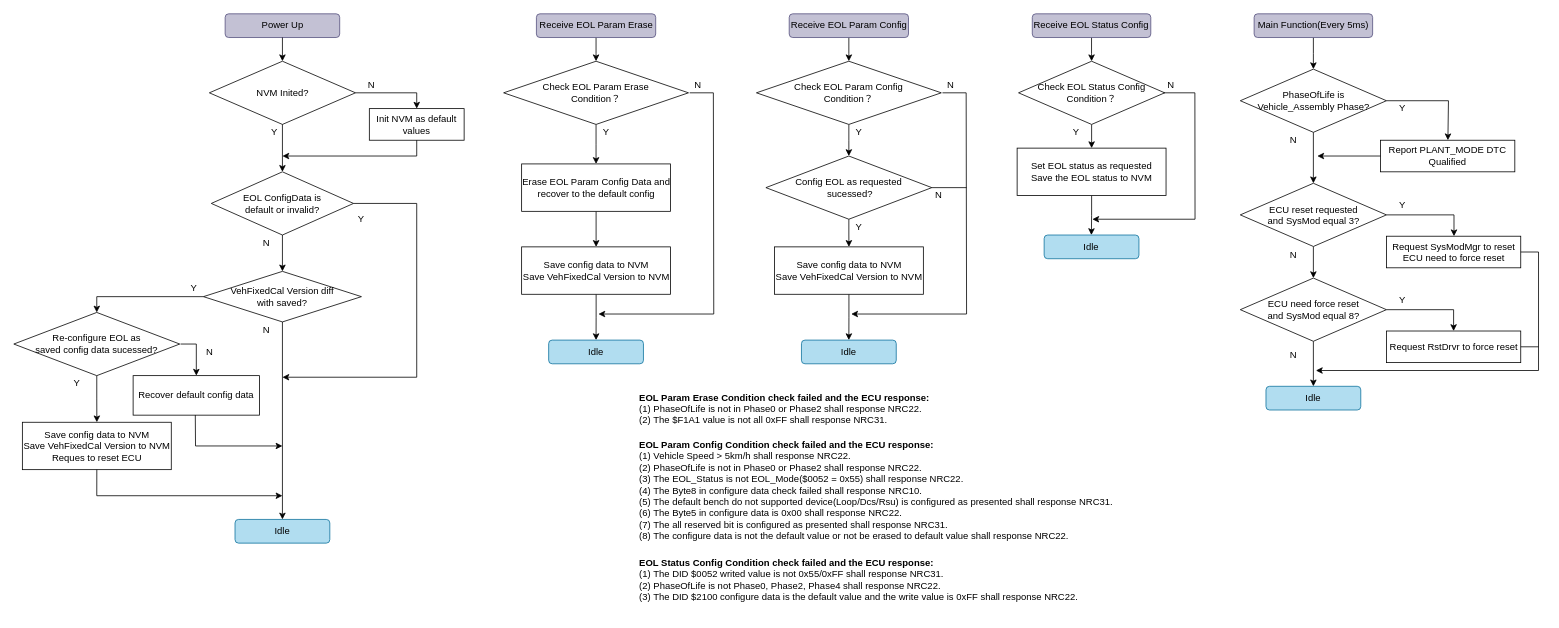
Above: BYD_MR.drawio in woshitanwang/pics_procdure (draw.io), before the change. Source tidied: cells renumbered, new cells numbered last; positions are measured from the earlier drawing's top-left corner, leaving out a move shared by most shapes. Both pictures are drawn from the tidied source at 79%, with x=0, y=0 at pixel (13, 13).
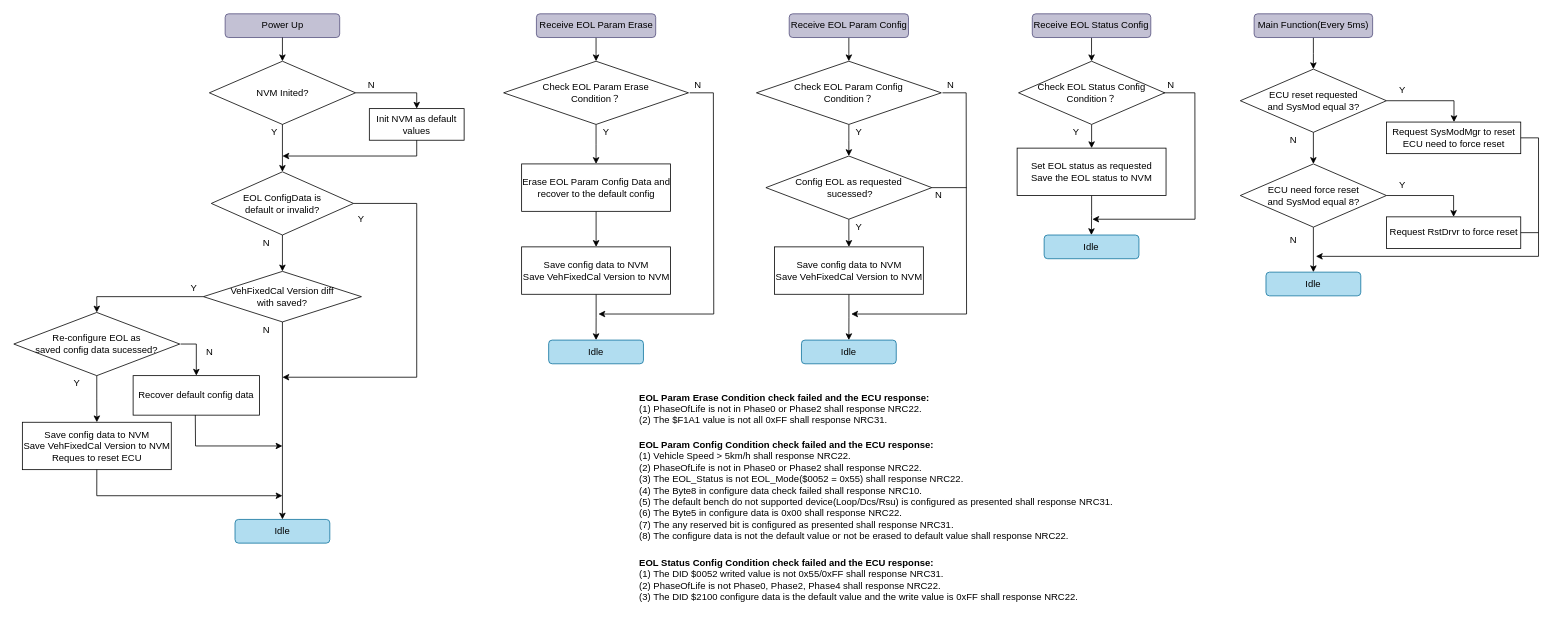
Above is the later version.

Change to the diagram source:
```diff
@@
     <mxCell id="57" style="edgeStyle=orthogonalEdgeStyle;rounded=0;jettySize=auto;html=1;endArrow=classic;endFill=1;" parent="1" edge="1" source="58" target="62">
       <mxGeometry relative="1" as="geometry">
         <Array as="points">
-          <mxPoint x="1823" y="254.5" />
+          <mxPoint x="1823" y="110" />
         </Array>
       </mxGeometry>
     </mxCell>
     <mxCell id="58" value="ECU reset requested&lt;br&gt;and SysMod equal 3?" style="rhombus;whiteSpace=wrap;html=1;" parent="1" vertex="1">
-      <mxGeometry x="1552.5" y="214.5" width="185" height="80" as="geometry" />
+      <mxGeometry x="1552.5" y="70" width="185" height="80" as="geometry" />
     </mxCell>
@@
     <mxCell id="60" style="edgeStyle=orthogonalEdgeStyle;rounded=0;jettySize=auto;html=1;exitX=1;exitY=0.5;exitDx=0;exitDy=0;endArrow=classic;endFill=1;entryX=0.5;entryY=0;entryDx=0;entryDy=0;" parent="1" edge="1" source="61" target="63">
       <mxGeometry relative="1" as="geometry">
         <Array as="points">
-          <mxPoint x="1823" y="374.5" />
-          <mxPoint x="1823" y="401.5" />
+          <mxPoint x="1823" y="230" />
+          <mxPoint x="1823" y="257" />
         </Array>
       </mxGeometry>
     </mxCell>
     <mxCell id="61" value="ECU need force reset&lt;br&gt;and SysMod equal 8?" style="rhombus;whiteSpace=wrap;html=1;" parent="1" vertex="1">
-      <mxGeometry x="1552.5" y="334.5" width="185" height="80" as="geometry" />
+      <mxGeometry x="1552.5" y="190" width="185" height="80" as="geometry" />
     </mxCell>
     <mxCell id="62" value="Request SysModMgr to reset&lt;br&gt;ECU need to force reset" style="rounded=0;whiteSpace=wrap;html=1;" parent="1" vertex="1">
-      <mxGeometry x="1737.5" y="281.5" width="170" height="40" as="geometry" />
+      <mxGeometry x="1737.5" y="137" width="170" height="40" as="geometry" />
     </mxCell>
     <mxCell id="63" value="Request RstDrvr to force reset" style="rounded=0;whiteSpace=wrap;html=1;" parent="1" vertex="1">
-      <mxGeometry x="1737.5" y="401.5" width="170" height="40" as="geometry" />
+      <mxGeometry x="1737.5" y="257" width="170" height="40" as="geometry" />
     </mxCell>
     <mxCell id="64" value="Idle" style="rounded=1;whiteSpace=wrap;html=1;fillColor=#b1ddf0;strokeColor=#10739e;" parent="1" vertex="1">
-      <mxGeometry x="1585" y="471.5" width="120" height="30" as="geometry" />
+      <mxGeometry x="1585" y="327" width="120" height="30" as="geometry" />
     </mxCell>
     <mxCell id="65" style="endArrow=classic;html=1;rounded=0;" parent="1" edge="1">
       <mxGeometry relative="1" as="geometry">
-        <mxPoint x="1907.5" y="301.5" as="sourcePoint" />
-        <mxPoint x="1648.2" y="451.5" as="targetPoint" />
+        <mxPoint x="1907.5" y="157" as="sourcePoint" />
+        <mxPoint x="1648.2" y="307" as="targetPoint" />
         <Array as="points">
-          <mxPoint x="1930" y="301.5" />
-          <mxPoint x="1930" y="451.5" />
+          <mxPoint x="1930" y="157" />
+          <mxPoint x="1930" y="307" />
         </Array>
       </mxGeometry>
     </mxCell>
     <mxCell id="66" style="endArrow=none;html=1;" parent="1" edge="1">
       <mxGeometry relative="1" as="geometry">
-        <mxPoint x="1907.5" y="421.5" as="sourcePoint" />
-        <mxPoint x="1930" y="421.5" as="targetPoint" />
+        <mxPoint x="1907.5" y="277" as="sourcePoint" />
+        <mxPoint x="1930" y="277" as="targetPoint" />
       </mxGeometry>
     </mxCell>
     <mxCell id="67" value="Y" style="text;html=1;strokeColor=none;fillColor=none;align=center;verticalAlign=middle;whiteSpace=wrap;rounded=0;" parent="1" vertex="1">
-      <mxGeometry x="1737.5" y="231.5" width="40" height="20" as="geometry" />
+      <mxGeometry x="1737.5" y="87" width="40" height="20" as="geometry" />
     </mxCell>
     <mxCell id="68" value="N" style="text;html=1;strokeColor=none;fillColor=none;align=center;verticalAlign=middle;whiteSpace=wrap;rounded=0;" parent="1" vertex="1">
-      <mxGeometry x="1600" y="294.5" width="40" height="20" as="geometry" />
+      <mxGeometry x="1600" y="150" width="40" height="20" as="geometry" />
     </mxCell>
     <mxCell id="69" value="N" style="text;html=1;strokeColor=none;fillColor=none;align=center;verticalAlign=middle;whiteSpace=wrap;rounded=0;" parent="1" vertex="1">
-      <mxGeometry x="1600" y="421.5" width="40" height="20" as="geometry" />
+      <mxGeometry x="1600" y="277" width="40" height="20" as="geometry" />
     </mxCell>
     <mxCell id="70" value="Y" style="text;html=1;strokeColor=none;fillColor=none;align=center;verticalAlign=middle;whiteSpace=wrap;rounded=0;" parent="1" vertex="1">
-      <mxGeometry x="1737.5" y="351.5" width="40" height="20" as="geometry" />
+      <mxGeometry x="1737.5" y="207" width="40" height="20" as="geometry" />
     </mxCell>
@@
-    <mxCell id="74" style="edgeStyle=orthogonalEdgeStyle;rounded=0;jettySize=auto;html=1;" parent="1" edge="1" source="75" target="58">
-      <mxGeometry relative="1" as="geometry" />
-    </mxCell>
-    <mxCell id="75" value="PhaseOfLife is &lt;br&gt;Vehicle_Assembly Phase?" style="rhombus;whiteSpace=wrap;html=1;" parent="1" vertex="1">
-      <mxGeometry x="1552.5" y="70" width="185" height="80" as="geometry" />
-    </mxCell>
-    <mxCell id="76" value="Report PLANT_MODE DTC Qualified" style="rounded=0;whiteSpace=wrap;html=1;" parent="1" vertex="1">
-      <mxGeometry x="1730" y="160" width="170" height="40" as="geometry" />
-    </mxCell>
-    <mxCell id="77" style="endArrow=classic;html=1;rounded=0;" parent="1" edge="1" target="76">
-      <mxGeometry relative="1" as="geometry">
-        <mxPoint x="1737.5" y="110" as="sourcePoint" />
-        <Array as="points">
-          <mxPoint x="1816" y="110" />
-        </Array>
-      </mxGeometry>
-    </mxCell>
-    <mxCell id="78" style="endArrow=classic;html=1;exitX=0;exitY=0.5;exitDx=0;exitDy=0;" parent="1" edge="1" source="76">
-      <mxGeometry relative="1" as="geometry">
-        <mxPoint x="1650" y="180" as="targetPoint" />
-      </mxGeometry>
-    </mxCell>
-    <mxCell id="79" value="Y" style="text;html=1;strokeColor=none;fillColor=none;align=center;verticalAlign=middle;whiteSpace=wrap;rounded=0;" parent="1" vertex="1">
-      <mxGeometry x="1737.5" y="110" width="40" height="20" as="geometry" />
-    </mxCell>
-    <mxCell id="80" value="N" style="text;html=1;strokeColor=none;fillColor=none;align=center;verticalAlign=middle;whiteSpace=wrap;rounded=0;" parent="1" vertex="1">
-      <mxGeometry x="1600" y="150" width="40" height="20" as="geometry" />
-    </mxCell>
-    <mxCell id="81" value="&lt;b&gt;EOL Param Config Condition check failed and the ECU response:&lt;/b&gt;&lt;br&gt;(1) Vehicle Speed &amp;gt; 5km/h shall response NRC22.&lt;br&gt;(2) PhaseOfLife is not in Phase0 or Phase2 shall response NRC22.&lt;br&gt;(3) The EOL_Status is not EOL_Mode($0052 = 0x55) shall response NRC22.&lt;br&gt;(4) The Byte8 in configure data check failed shall response NRC10.&lt;br&gt;(5) The default bench do not supported device(Loop/Dcs/Rsu) is configured as presented shall response NRC31.&lt;br&gt;(6) The Byte5 in configure data is 0x00 shall response NRC22.&lt;br&gt;(7) The all reserved bit is configured as presented shall response NRC31.&lt;br&gt;(8) The configure data is not the default value or not be erased to default value shall response NRC22." style="text;whiteSpace=wrap;html=1;" parent="1" vertex="1">
+    <mxCell id="81" value="&lt;b&gt;EOL Param Config Condition check failed and the ECU response:&lt;/b&gt;&lt;br&gt;(1) Vehicle Speed &amp;gt; 5km/h shall response NRC22.&lt;br&gt;(2) PhaseOfLife is not in Phase0 or Phase2 shall response NRC22.&lt;br&gt;(3) The EOL_Status is not EOL_Mode($0052 = 0x55) shall response NRC22.&lt;br&gt;(4) The Byte8 in configure data check failed shall response NRC10.&lt;br&gt;(5) The default bench do not supported device(Loop/Dcs/Rsu) is configured as presented shall response NRC31.&lt;br&gt;(6) The Byte5 in configure data is 0x00 shall response NRC22.&lt;br&gt;(7) The any reserved bit is configured as presented shall response NRC31.&lt;br&gt;(8) The configure data is not the default value or not be erased to default value shall response NRC22." style="text;whiteSpace=wrap;html=1;" parent="1" vertex="1">
       <mxGeometry x="790" y="531.5" width="610.8" height="138.5" as="geometry" />
     </mxCell>
```
